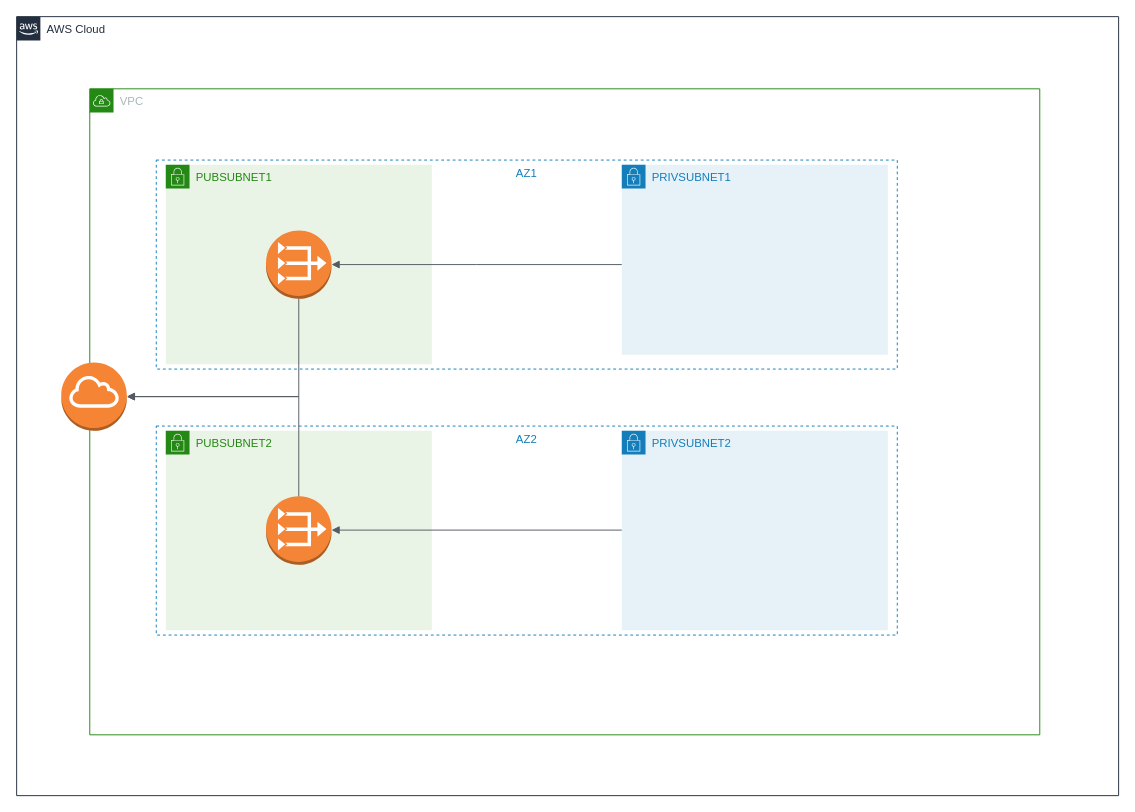
This is Udagram-Diagram.drawio from miguelangelnieto/Udagram-CloudFormation-Deployment, a draw.io file, before an edit. Source tidied: cells renumbered, new cells numbered last; positions are measured from the earlier drawing's top-left corner, leaving out a move shared by most shapes. Both pictures are drawn from the tidied source at 95%, with x=0, y=0 at pixel (16, 16).
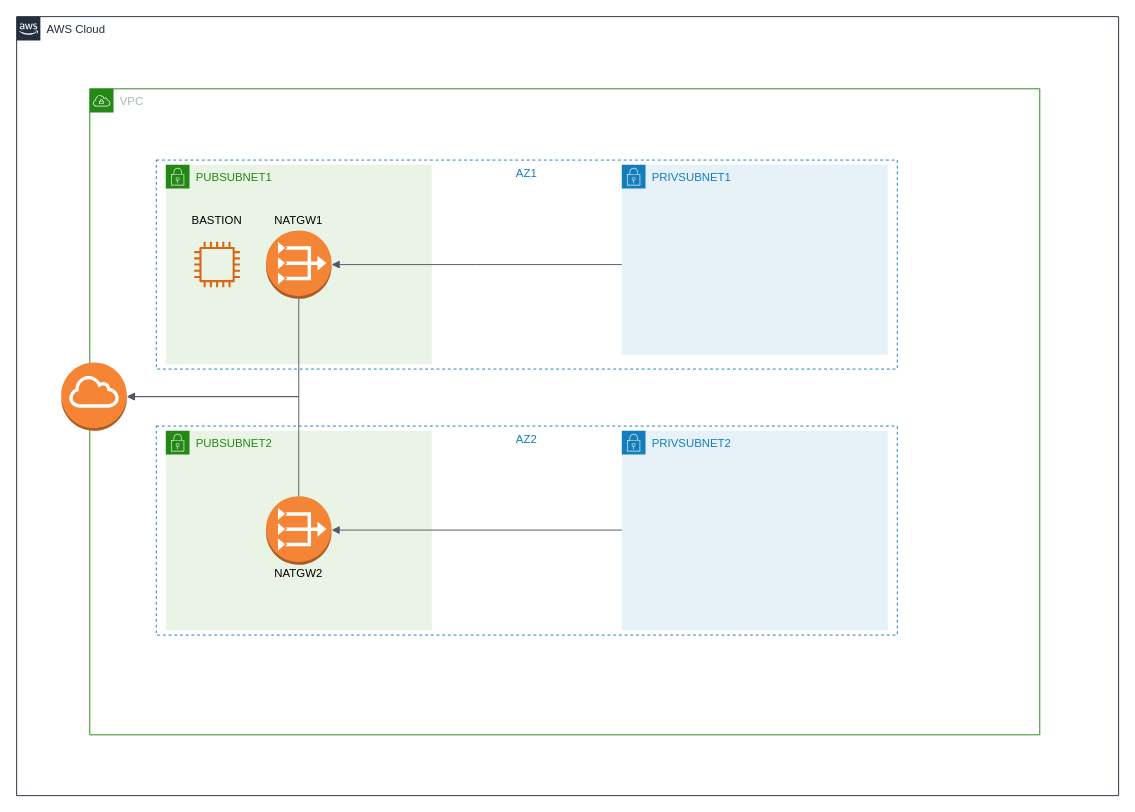
The same page after the edit.

The edit, as a diff of the source:
```diff
@@
+    <mxCell id="17" style="fontColor=#232F3E;gradientColor=none;fillColor=#D86613;strokeColor=none;dashed=0;verticalLabelPosition=bottom;verticalAlign=top;align=center;html=1;fontSize=12;fontStyle=0;shape=mxgraph.aws4.instance2;" parent="1" vertex="1">
+      <mxGeometry x="187" y="237" width="48" height="48" as="geometry" />
+    </mxCell>
+    <mxCell id="18" value="BASTION" style="text;html=1;strokeColor=none;fillColor=none;align=center;verticalAlign=middle;whiteSpace=wrap;rounded=0;" parent="1" vertex="1">
+      <mxGeometry x="191" y="205" width="40" height="20" as="geometry" />
+    </mxCell>
+    <mxCell id="19" value="NATGW1" style="text;html=1;strokeColor=none;fillColor=none;align=center;verticalAlign=middle;whiteSpace=wrap;rounded=0;" parent="1" vertex="1">
+      <mxGeometry x="267" y="205" width="60" height="20" as="geometry" />
+    </mxCell>
+    <mxCell id="20" value="NATGW2" style="text;html=1;strokeColor=none;fillColor=none;align=center;verticalAlign=middle;whiteSpace=wrap;rounded=0;" parent="1" vertex="1">
+      <mxGeometry x="267" y="576" width="60" height="20" as="geometry" />
+    </mxCell>
```
